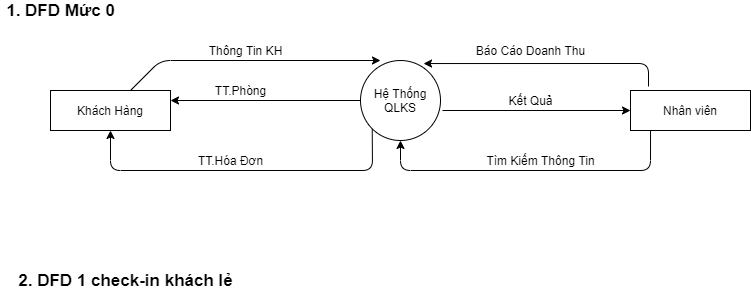
The draw.io diagram DFD-hotel.png in maialino123/QLKS, before a commit. Source tidied: cells renumbered, new cells last; positions are measured from the earlier drawing's top-left corner, leaving out a move shared by most shapes.
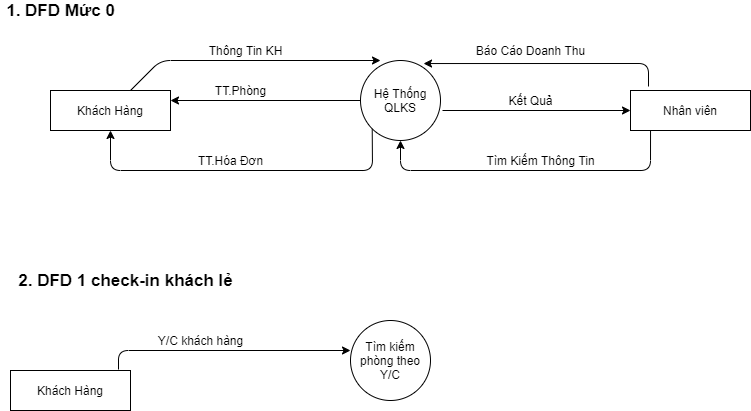
The same file after the commit.

The edit, as a diff of the source:
```diff
@@ -75,5 +75,22 @@
     <mxCell id="18" value="&lt;span style=&quot;font-size: 17px&quot;&gt;&lt;b&gt;2. DFD 1 check-in khách lẻ&lt;/b&gt;&lt;/span&gt;" style="text;html=1;align=center;verticalAlign=middle;" parent="1" vertex="1">
       <mxGeometry x="10" y="270" width="230" height="20" as="geometry" />
     </mxCell>
+    <mxCell id="19" value="Khách Hàng" style="rounded=0;whiteSpace=wrap;html=1;" parent="1" vertex="1">
+      <mxGeometry x="10" y="370" width="120" height="40" as="geometry" />
+    </mxCell>
+    <mxCell id="20" style="endArrow=classic;html=1;exitX=0.9;exitY=-0.025;exitDx=0;exitDy=0;exitPerimeter=0;" parent="1" edge="1" source="19">
+      <mxGeometry relative="1" as="geometry">
+        <mxPoint x="350" y="350" as="targetPoint" />
+        <Array as="points">
+          <mxPoint x="118" y="350" />
+        </Array>
+      </mxGeometry>
+    </mxCell>
+    <mxCell id="21" value="Y/C khách hàng" style="text;html=1;align=center;verticalAlign=middle;" parent="1" vertex="1">
+      <mxGeometry x="150" y="330" width="100" height="20" as="geometry" />
+    </mxCell>
+    <mxCell id="22" value="Tìm kiếm phòng theo Y/C" style="ellipse;whiteSpace=wrap;html=1;" parent="1" vertex="1">
+      <mxGeometry x="350" y="320" width="80" height="80" as="geometry" />
+    </mxCell>
   </root>
 </mxGraphModel>
```
